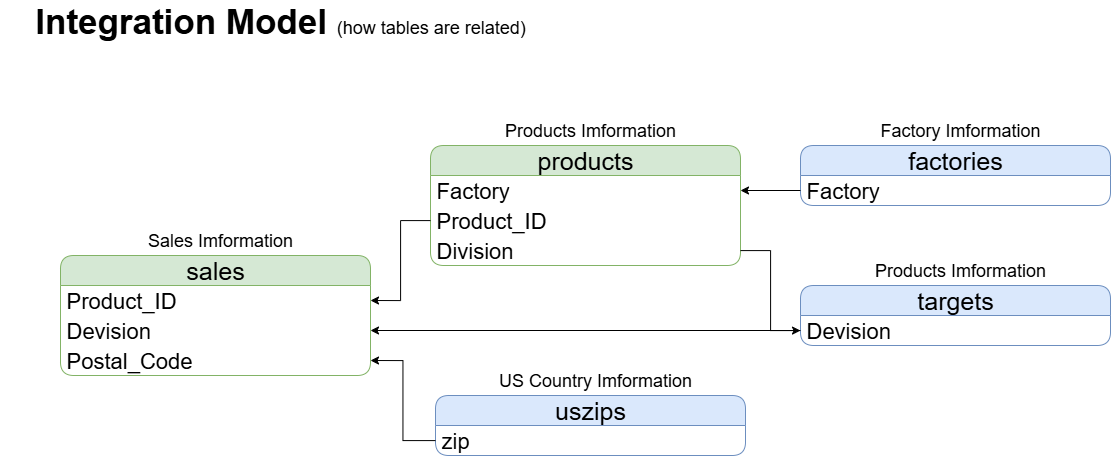
Above: warehouse/docs/Integration Model.png in dharmeshrohit/Candy-Distributor (draw.io), before the change. Source tidied: cells renumbered, new cells last; positions are measured from the earlier drawing's top-left corner, leaving out a move shared by most shapes.
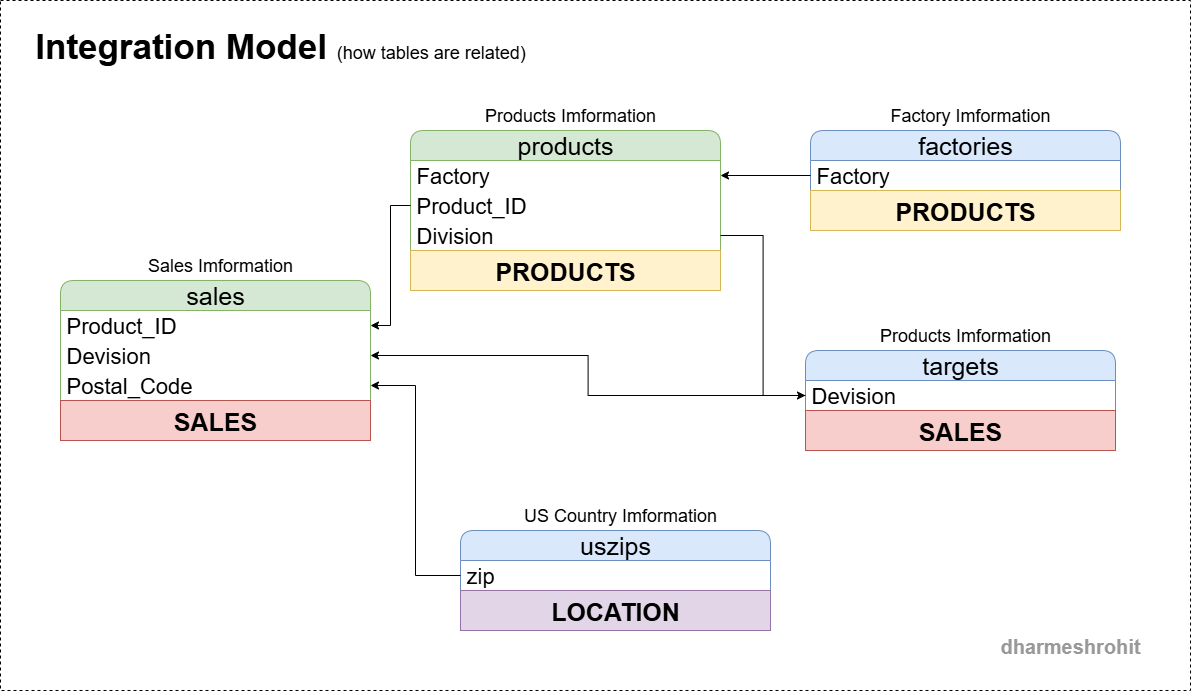
The same diagram one commit later.

Commit message:
Update Data Integration

The edit, as a diff of the source:
```diff
@@ -3,16 +3,19 @@
     <mxCell id="0" />
     <mxCell id="1" parent="0" />
     <mxCell id="2" value="&lt;font style=&quot;font-size: 25px;&quot;&gt;factories&lt;/font&gt;" style="swimlane;fontStyle=0;horizontal=1;startSize=30;whiteSpace=wrap;html=1;fillColor=#dae8fc;strokeColor=#6c8ebf;rounded=1;shadow=0;glass=0;swimlaneLine=1;fontSize=24;" parent="1" vertex="1">
-      <mxGeometry x="800" y="140" width="310" height="60" as="geometry" />
+      <mxGeometry x="810" y="100" width="310" height="100" as="geometry" />
     </mxCell>
     <mxCell id="3" value="Factory" style="text;strokeColor=none;fillColor=none;align=left;verticalAlign=middle;spacingLeft=4;spacingRight=4;overflow=hidden;points=[[0,0.5],[1,0.5]];portConstraint=eastwest;whiteSpace=wrap;html=1;fontSize=22;" parent="2" vertex="1">
       <mxGeometry y="30" width="310" height="30" as="geometry" />
     </mxCell>
+    <mxCell id="27" value="&lt;span style=&quot;font-size: 25px;&quot;&gt;&lt;b&gt;PRODUCTS&lt;/b&gt;&lt;/span&gt;" style="text;html=1;strokeColor=#d6b656;fillColor=#fff2cc;align=center;verticalAlign=middle;whiteSpace=wrap;overflow=hidden;" parent="2" vertex="1">
+      <mxGeometry y="60" width="310" height="40" as="geometry" />
+    </mxCell>
     <mxCell id="4" value="&lt;font style=&quot;font-size: 18px;&quot;&gt;Factory Imformation&lt;/font&gt;" style="text;html=1;align=center;verticalAlign=middle;whiteSpace=wrap;rounded=0;" parent="1" vertex="1">
-      <mxGeometry x="850" y="110" width="220" height="30" as="geometry" />
+      <mxGeometry x="860" y="70" width="220" height="30" as="geometry" />
     </mxCell>
     <mxCell id="5" value="&lt;span style=&quot;font-size: 25px;&quot;&gt;products&lt;/span&gt;" style="swimlane;fontStyle=0;horizontal=1;startSize=30;whiteSpace=wrap;html=1;fillColor=#d5e8d4;strokeColor=#82b366;rounded=1;shadow=0;glass=0;swimlaneLine=1;fontSize=24;" parent="1" vertex="1">
-      <mxGeometry x="430" y="140" width="310" height="120" as="geometry" />
+      <mxGeometry x="410" y="100" width="310" height="160" as="geometry" />
     </mxCell>
     <mxCell id="6" value="Factory" style="text;strokeColor=none;fillColor=none;align=left;verticalAlign=middle;spacingLeft=4;spacingRight=4;overflow=hidden;points=[[0,0.5],[1,0.5]];portConstraint=eastwest;whiteSpace=wrap;html=1;fontSize=22;" parent="5" vertex="1">
       <mxGeometry y="30" width="310" height="30" as="geometry" />
@@ -23,11 +26,14 @@
     <mxCell id="8" value="Division" style="text;strokeColor=none;fillColor=none;align=left;verticalAlign=middle;spacingLeft=4;spacingRight=4;overflow=hidden;points=[[0,0.5],[1,0.5]];portConstraint=eastwest;whiteSpace=wrap;html=1;fontSize=22;" parent="5" vertex="1">
       <mxGeometry y="90" width="310" height="30" as="geometry" />
     </mxCell>
+    <mxCell id="28" value="&lt;span style=&quot;font-size: 25px;&quot;&gt;&lt;b&gt;PRODUCTS&lt;/b&gt;&lt;/span&gt;" style="text;html=1;strokeColor=#d6b656;fillColor=#fff2cc;align=center;verticalAlign=middle;whiteSpace=wrap;overflow=hidden;" parent="5" vertex="1">
+      <mxGeometry y="120" width="310" height="40" as="geometry" />
+    </mxCell>
     <mxCell id="9" value="&lt;font style=&quot;font-size: 18px;&quot;&gt;Products Imformation&lt;/font&gt;" style="text;html=1;align=center;verticalAlign=middle;whiteSpace=wrap;rounded=0;" parent="1" vertex="1">
-      <mxGeometry x="480" y="110" width="220" height="30" as="geometry" />
+      <mxGeometry x="460" y="70" width="220" height="30" as="geometry" />
     </mxCell>
     <mxCell id="10" value="&lt;span style=&quot;font-size: 25px;&quot;&gt;sales&lt;/span&gt;" style="swimlane;fontStyle=0;horizontal=1;startSize=30;whiteSpace=wrap;html=1;fillColor=#d5e8d4;strokeColor=#82b366;rounded=1;shadow=0;glass=0;swimlaneLine=1;fontSize=24;" parent="1" vertex="1">
-      <mxGeometry x="60" y="250" width="310" height="120" as="geometry" />
+      <mxGeometry x="60" y="250" width="310" height="160" as="geometry" />
     </mxCell>
     <mxCell id="11" value="Product_ID" style="text;strokeColor=none;fillColor=none;align=left;verticalAlign=middle;spacingLeft=4;spacingRight=4;overflow=hidden;points=[[0,0.5],[1,0.5]];portConstraint=eastwest;whiteSpace=wrap;html=1;fontSize=22;" parent="10" vertex="1">
       <mxGeometry y="30" width="310" height="30" as="geometry" />
@@ -38,6 +44,9 @@
     <mxCell id="13" value="Postal_Code" style="text;strokeColor=none;fillColor=none;align=left;verticalAlign=middle;spacingLeft=4;spacingRight=4;overflow=hidden;points=[[0,0.5],[1,0.5]];portConstraint=eastwest;whiteSpace=wrap;html=1;fontSize=22;" parent="10" vertex="1">
       <mxGeometry y="90" width="310" height="30" as="geometry" />
     </mxCell>
+    <mxCell id="29" value="&lt;span style=&quot;font-size: 25px;&quot;&gt;&lt;b&gt;SALES&lt;/b&gt;&lt;/span&gt;" style="text;html=1;strokeColor=#b85450;fillColor=#f8cecc;align=center;verticalAlign=middle;whiteSpace=wrap;overflow=hidden;" parent="10" vertex="1">
+      <mxGeometry y="120" width="310" height="40" as="geometry" />
+    </mxCell>
     <mxCell id="14" value="&lt;font style=&quot;font-size: 18px;&quot;&gt;Sales Imformation&lt;/font&gt;" style="text;html=1;align=center;verticalAlign=middle;whiteSpace=wrap;rounded=0;" parent="1" vertex="1">
       <mxGeometry x="110" y="220" width="220" height="30" as="geometry" />
     </mxCell>
@@ -45,25 +54,31 @@
       <mxGeometry relative="1" as="geometry" />
     </mxCell>
     <mxCell id="16" value="&lt;span style=&quot;font-size: 25px;&quot;&gt;targets&lt;/span&gt;" style="swimlane;fontStyle=0;horizontal=1;startSize=30;whiteSpace=wrap;html=1;fillColor=#dae8fc;strokeColor=#6c8ebf;rounded=1;shadow=0;glass=0;swimlaneLine=1;fontSize=24;" parent="1" vertex="1">
-      <mxGeometry x="800" y="280" width="310" height="60" as="geometry" />
+      <mxGeometry x="805" y="320" width="310" height="100" as="geometry" />
     </mxCell>
     <mxCell id="17" value="Devision" style="text;strokeColor=none;fillColor=none;align=left;verticalAlign=middle;spacingLeft=4;spacingRight=4;overflow=hidden;points=[[0,0.5],[1,0.5]];portConstraint=eastwest;whiteSpace=wrap;html=1;fontSize=22;" parent="16" vertex="1">
       <mxGeometry y="30" width="310" height="30" as="geometry" />
     </mxCell>
+    <mxCell id="30" value="&lt;span style=&quot;font-size: 25px;&quot;&gt;&lt;b&gt;SALES&lt;/b&gt;&lt;/span&gt;" style="text;html=1;strokeColor=#b85450;fillColor=#f8cecc;align=center;verticalAlign=middle;whiteSpace=wrap;overflow=hidden;" parent="16" vertex="1">
+      <mxGeometry y="60" width="310" height="40" as="geometry" />
+    </mxCell>
     <mxCell id="18" value="&lt;font style=&quot;font-size: 18px;&quot;&gt;Products Imformation&lt;/font&gt;" style="text;html=1;align=center;verticalAlign=middle;whiteSpace=wrap;rounded=0;" parent="1" vertex="1">
-      <mxGeometry x="850" y="250" width="220" height="30" as="geometry" />
+      <mxGeometry x="855" y="290" width="220" height="30" as="geometry" />
     </mxCell>
     <mxCell id="19" style="edgeStyle=orthogonalEdgeStyle;rounded=0;jettySize=auto;html=1;entryX=1;entryY=0.5;entryDx=0;entryDy=0;" parent="1" edge="1" source="17" target="12">
       <mxGeometry relative="1" as="geometry" />
     </mxCell>
     <mxCell id="20" value="&lt;span style=&quot;font-size: 25px;&quot;&gt;uszips&lt;/span&gt;" style="swimlane;fontStyle=0;horizontal=1;startSize=30;whiteSpace=wrap;html=1;fillColor=#dae8fc;strokeColor=#6c8ebf;rounded=1;shadow=0;glass=0;swimlaneLine=1;fontSize=24;" parent="1" vertex="1">
-      <mxGeometry x="435" y="390" width="310" height="60" as="geometry" />
+      <mxGeometry x="460" y="500" width="310" height="100" as="geometry" />
     </mxCell>
     <mxCell id="21" value="zip" style="text;strokeColor=none;fillColor=none;align=left;verticalAlign=middle;spacingLeft=4;spacingRight=4;overflow=hidden;points=[[0,0.5],[1,0.5]];portConstraint=eastwest;whiteSpace=wrap;html=1;fontSize=22;" parent="20" vertex="1">
       <mxGeometry y="30" width="310" height="30" as="geometry" />
     </mxCell>
+    <mxCell id="31" value="&lt;span style=&quot;font-size: 25px;&quot;&gt;&lt;b&gt;LOCATION&lt;/b&gt;&lt;/span&gt;" style="text;html=1;align=center;verticalAlign=middle;whiteSpace=wrap;overflow=hidden;fillColor=#e1d5e7;strokeColor=#9673a6;" parent="20" vertex="1">
+      <mxGeometry y="60" width="310" height="40" as="geometry" />
+    </mxCell>
     <mxCell id="22" value="&lt;font style=&quot;font-size: 18px;&quot;&gt;US Country Imformation&lt;/font&gt;" style="text;html=1;align=center;verticalAlign=middle;whiteSpace=wrap;rounded=0;" parent="1" vertex="1">
-      <mxGeometry x="485" y="360" width="220" height="30" as="geometry" />
+      <mxGeometry x="510" y="470" width="220" height="30" as="geometry" />
     </mxCell>
     <mxCell id="23" style="edgeStyle=orthogonalEdgeStyle;rounded=0;jettySize=auto;html=1;entryX=1;entryY=0.5;entryDx=0;entryDy=0;" parent="1" edge="1" source="21" target="13">
       <mxGeometry relative="1" as="geometry" />
@@ -77,5 +92,11 @@
     <mxCell id="26" value="&lt;font style=&quot;&quot;&gt;&lt;span style=&quot;font-weight: bold; font-size: 35px;&quot;&gt;Integration Model &lt;/span&gt;&lt;font style=&quot;font-size: 18px;&quot;&gt;(how tables are related)&lt;/font&gt;&lt;/font&gt;" style="text;html=1;align=center;verticalAlign=middle;whiteSpace=wrap;rounded=0;" parent="1" vertex="1">
       <mxGeometry width="560" height="30" as="geometry" />
     </mxCell>
+    <mxCell id="32" style="rounded=0;whiteSpace=wrap;html=1;fillColor=none;dashed=1;" parent="1" vertex="1">
+      <mxGeometry y="-30" width="1190" height="690" as="geometry" />
+    </mxCell>
+    <mxCell id="33" value="&lt;font color=&quot;#999999&quot;&gt;&lt;span style=&quot;font-size: 20px;&quot;&gt;&lt;b&gt;dharmeshrohit&lt;/b&gt;&lt;/span&gt;&lt;/font&gt;" style="text;html=1;align=center;verticalAlign=middle;whiteSpace=wrap;rounded=0;" parent="1" vertex="1">
+      <mxGeometry x="990" y="600" width="160" height="30" as="geometry" />
+    </mxCell>
   </root>
 </mxGraphModel>
```
